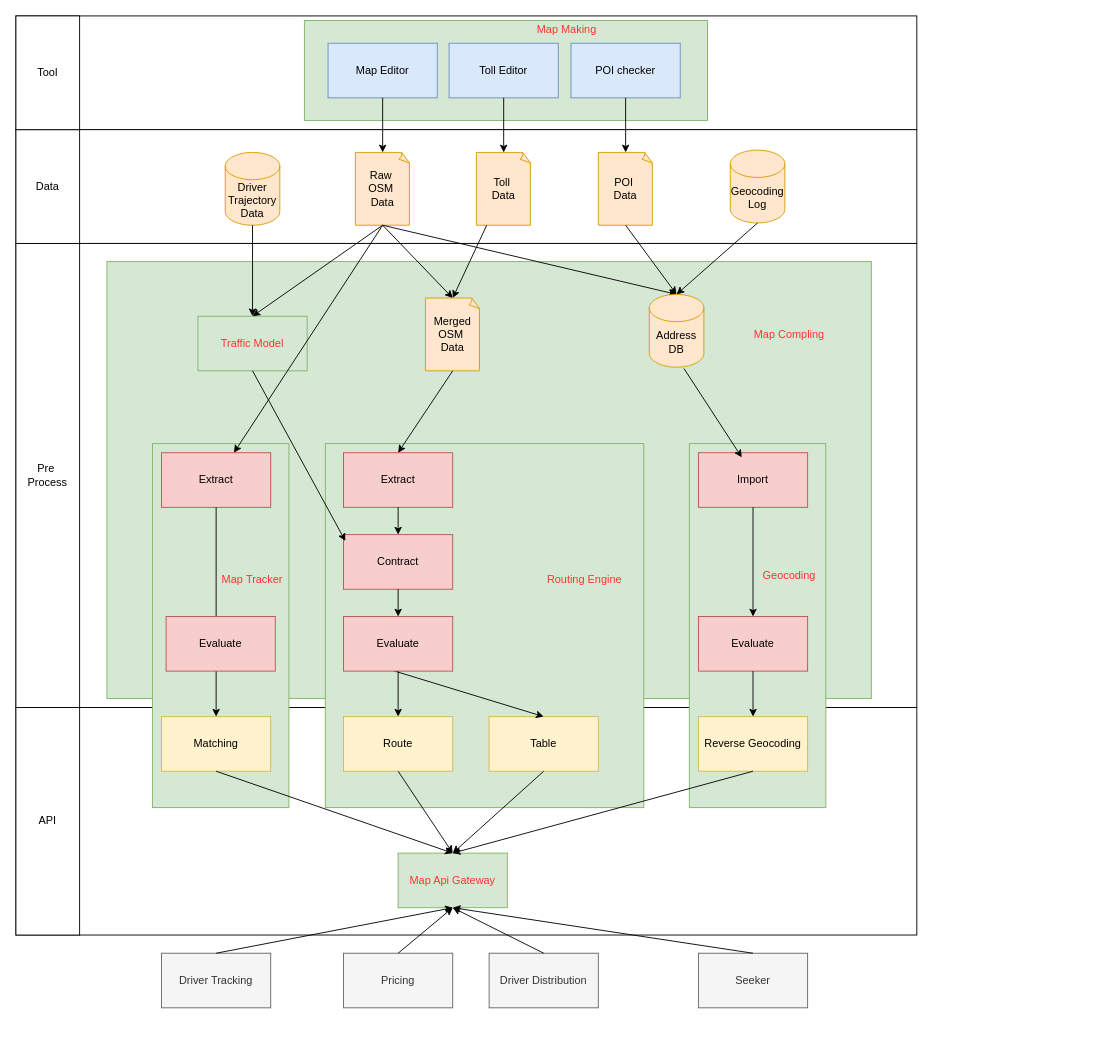
Above: page "map" (6 of 6) of sim-art.drawio in tallongsun/drawio (draw.io), before the change. Source tidied: cells renumbered, new cells numbered last; positions are measured from the earlier drawing's top-left corner, leaving out a move shared by most shapes. Both pictures are drawn from the tidied source at 91%, with x=0, y=0 at pixel (15, 15).
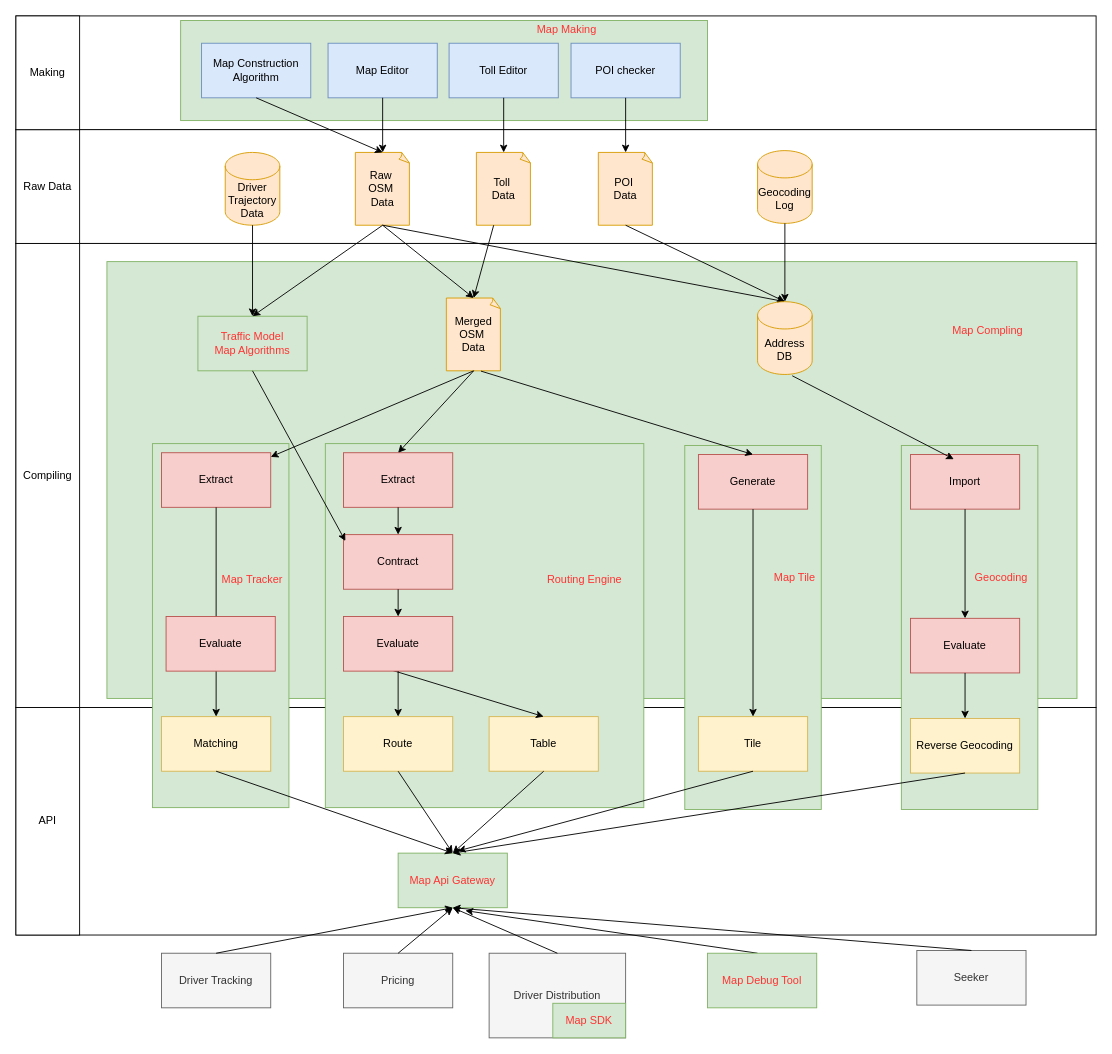
After the change.

Unchanged cells that the change refers to:
```xml
<mxCell id="13" value="Raw&amp;nbsp;&lt;div&gt;OSM&amp;nbsp;&lt;/div&gt;&lt;div&gt;Data&lt;/div&gt;" style="whiteSpace=wrap;html=1;shape=mxgraph.basic.document;fillColor=#ffe6cc;strokeColor=#d79b00;" parent="1" vertex="1">
  <mxGeometry x="373" y="150" width="60" height="80" as="geometry" />
</mxCell>
<mxCell id="25" value="Map Api Gateway" style="rounded=0;whiteSpace=wrap;html=1;fillColor=#d5e8d4;strokeColor=#82b366;fontColor=#FF3333;" parent="1" vertex="1">
  <mxGeometry x="420" y="920" width="120" height="60" as="geometry" />
</mxCell>
<mxCell id="27" value="Extract" style="rounded=0;whiteSpace=wrap;html=1;fillColor=#f8cecc;strokeColor=#b85450;" parent="1" vertex="1">
  <mxGeometry x="160" y="480" width="120" height="60" as="geometry" />
</mxCell>
```

Change to the diagram source:
```diff
@@
     <mxCell id="2" style="rounded=0;whiteSpace=wrap;html=1;" parent="1" vertex="1">
-      <mxGeometry width="990" height="125" as="geometry" />
+      <mxGeometry width="1187" height="125" as="geometry" />
     </mxCell>
     <mxCell id="3" style="rounded=0;whiteSpace=wrap;html=1;" parent="1" vertex="1">
-      <mxGeometry y="125" width="990" height="125" as="geometry" />
+      <mxGeometry y="125" width="1187" height="125" as="geometry" />
     </mxCell>
     <mxCell id="4" style="rounded=0;whiteSpace=wrap;html=1;" parent="1" vertex="1">
-      <mxGeometry y="250" width="990" height="510" as="geometry" />
+      <mxGeometry y="250" width="1187" height="510" as="geometry" />
     </mxCell>
     <mxCell id="5" style="rounded=0;whiteSpace=wrap;html=1;" parent="1" vertex="1">
-      <mxGeometry y="760" width="990" height="250" as="geometry" />
+      <mxGeometry y="760" width="1187" height="250" as="geometry" />
     </mxCell>
     <mxCell id="6" style="rounded=0;whiteSpace=wrap;html=1;fillColor=#d5e8d4;strokeColor=#82b366;" parent="1" vertex="1">
-      <mxGeometry x="317" y="5" width="443" height="110" as="geometry" />
+      <mxGeometry x="181" y="5" width="579" height="110" as="geometry" />
     </mxCell>
     <mxCell id="7" style="rounded=0;whiteSpace=wrap;html=1;fillColor=#d5e8d4;strokeColor=#82b366;" parent="1" vertex="1">
-      <mxGeometry x="100" y="270" width="840" height="480" as="geometry" />
+      <mxGeometry x="100" y="270" width="1066" height="480" as="geometry" />
     </mxCell>
     <mxCell id="8" style="rounded=0;whiteSpace=wrap;html=1;fillColor=#d5e8d4;strokeColor=#82b366;" parent="1" vertex="1">
-      <mxGeometry x="740" y="470" width="150" height="400" as="geometry" />
+      <mxGeometry x="973" y="472" width="150" height="400" as="geometry" />
     </mxCell>
@@
-    <mxCell id="10" value="Traffic Model" style="rounded=0;whiteSpace=wrap;html=1;fillColor=#d5e8d4;strokeColor=#82b366;fontColor=#FF3333;" parent="1" vertex="1">
+    <mxCell id="10" value="Traffic Model&lt;br&gt;Map Algorithms" style="rounded=0;whiteSpace=wrap;html=1;fillColor=#d5e8d4;strokeColor=#82b366;fontColor=#FF3333;" parent="1" vertex="1">
       <mxGeometry x="200" y="330" width="120" height="60" as="geometry" />
     </mxCell>
@@
     <mxCell id="15" value="Merged OSM&amp;nbsp;&lt;div&gt;Data&lt;/div&gt;" style="whiteSpace=wrap;html=1;shape=mxgraph.basic.document;fillColor=#ffe6cc;strokeColor=#d79b00;" parent="1" vertex="1">
-      <mxGeometry x="450" y="310" width="60" height="80" as="geometry" />
+      <mxGeometry x="473" y="310" width="60" height="80" as="geometry" />
     </mxCell>
@@
     <mxCell id="24" value="Evaluate" style="rounded=0;whiteSpace=wrap;html=1;fillColor=#f8cecc;strokeColor=#b85450;" parent="1" vertex="1">
-      <mxGeometry x="750" y="660" width="120" height="60" as="geometry" />
+      <mxGeometry x="983" y="662" width="120" height="60" as="geometry" />
     </mxCell>
@@
     <mxCell id="28" value="Import" style="rounded=0;whiteSpace=wrap;html=1;fillColor=#f8cecc;strokeColor=#b85450;" parent="1" vertex="1">
-      <mxGeometry x="750" y="480" width="120" height="60" as="geometry" />
+      <mxGeometry x="983" y="482" width="120" height="60" as="geometry" />
     </mxCell>
@@
     <mxCell id="32" value="Reverse Geocoding" style="rounded=0;whiteSpace=wrap;html=1;fillColor=#fff2cc;strokeColor=#d6b656;" parent="1" vertex="1">
-      <mxGeometry x="750" y="770" width="120" height="60" as="geometry" />
+      <mxGeometry x="983" y="772" width="120" height="60" as="geometry" />
     </mxCell>
-    <mxCell id="33" style="endArrow=classic;html=1;rounded=0;exitX=0.5;exitY=1;exitDx=0;exitDy=0;exitPerimeter=0;" parent="1" edge="1" source="13" target="27">
+    <mxCell id="33" style="endArrow=classic;html=1;rounded=0;exitX=0.5;exitY=1;exitDx=0;exitDy=0;exitPerimeter=0;" parent="1" edge="1" source="15" target="27">
       <mxGeometry relative="1" as="geometry" />
     </mxCell>
@@
-    <mxCell id="40" style="endArrow=classic;html=1;rounded=0;exitX=0.5;exitY=1;exitDx=0;exitDy=0;entryX=0.5;entryY=0;entryDx=0;entryDy=0;" parent="1" edge="1" source="32" target="25">
-      <mxGeometry relative="1" as="geometry" />
-    </mxCell>
@@
     <mxCell id="46" value="Driver Distribution" style="rounded=0;whiteSpace=wrap;html=1;fillColor=#f5f5f5;fontColor=#333333;strokeColor=#666666;" parent="1" vertex="1">
-      <mxGeometry x="520" y="1030" width="120" height="60" as="geometry" />
+      <mxGeometry x="520" y="1030" width="150" height="93" as="geometry" />
     </mxCell>
     <mxCell id="47" value="Seeker" style="rounded=0;whiteSpace=wrap;html=1;fillColor=#f5f5f5;fontColor=#333333;strokeColor=#666666;" parent="1" vertex="1">
-      <mxGeometry x="750" y="1030" width="120" height="60" as="geometry" />
+      <mxGeometry x="990" y="1027" width="120" height="60" as="geometry" />
     </mxCell>
@@
     <mxCell id="49" value="Geocoding" style="text;html=1;align=center;verticalAlign=middle;whiteSpace=wrap;rounded=0;fontColor=#FF3333;" parent="1" vertex="1">
-      <mxGeometry x="820" y="600" width="60" height="30" as="geometry" />
+      <mxGeometry x="1053" y="602" width="60" height="30" as="geometry" />
     </mxCell>
@@
     <mxCell id="54" value="Map Compling" style="text;html=1;align=center;verticalAlign=middle;whiteSpace=wrap;rounded=0;fontColor=#FF3333;" parent="1" vertex="1">
-      <mxGeometry x="795" y="335" width="110" height="30" as="geometry" />
+      <mxGeometry x="1013" y="331" width="110" height="30" as="geometry" />
     </mxCell>
@@
-    <mxCell id="66" value="Pre&amp;nbsp;&lt;div&gt;Process&lt;/div&gt;" style="rounded=0;whiteSpace=wrap;html=1;" parent="1" vertex="1">
+    <mxCell id="66" value="Compiling" style="rounded=0;whiteSpace=wrap;html=1;" parent="1" vertex="1">
       <mxGeometry y="250" width="70" height="510" as="geometry" />
     </mxCell>
-    <mxCell id="67" value="Data" style="rounded=0;whiteSpace=wrap;html=1;" parent="1" vertex="1">
+    <mxCell id="67" value="Raw Data" style="rounded=0;whiteSpace=wrap;html=1;" parent="1" vertex="1">
       <mxGeometry y="125" width="70" height="125" as="geometry" />
     </mxCell>
-    <mxCell id="68" value="Tool" style="rounded=0;whiteSpace=wrap;html=1;" parent="1" vertex="1">
+    <mxCell id="68" value="Making" style="rounded=0;whiteSpace=wrap;html=1;" parent="1" vertex="1">
       <mxGeometry width="70" height="125" as="geometry" />
     </mxCell>
@@
     <mxCell id="72" value="Geocoding&lt;div&gt;Log&lt;/div&gt;" style="shape=cylinder3;whiteSpace=wrap;html=1;boundedLbl=1;backgroundOutline=1;size=15;fillColor=#ffe6cc;strokeColor=#d79b00;" parent="1" vertex="1">
-      <mxGeometry x="785" y="147.5" width="60" height="80" as="geometry" />
+      <mxGeometry x="815" y="148" width="60" height="80" as="geometry" />
     </mxCell>
     <mxCell id="73" value="Address&lt;div&gt;DB&lt;/div&gt;" style="shape=cylinder3;whiteSpace=wrap;html=1;boundedLbl=1;backgroundOutline=1;size=15;fillColor=#ffe6cc;strokeColor=#d79b00;" parent="1" vertex="1">
-      <mxGeometry x="696" y="306" width="60" height="80" as="geometry" />
+      <mxGeometry x="815" y="314" width="60" height="80" as="geometry" />
     </mxCell>
@@
+    <mxCell id="76" style="rounded=0;whiteSpace=wrap;html=1;fillColor=#d5e8d4;strokeColor=#82b366;" parent="1" vertex="1">
+      <mxGeometry x="735" y="472" width="150" height="400" as="geometry" />
+    </mxCell>
@@
+    <mxCell id="77" value="Generate" style="rounded=0;whiteSpace=wrap;html=1;fillColor=#f8cecc;strokeColor=#b85450;" parent="1" vertex="1">
+      <mxGeometry x="750" y="482" width="120" height="60" as="geometry" />
+    </mxCell>
+    <mxCell id="78" style="endArrow=classic;html=1;rounded=0;exitX=0.634;exitY=1.004;exitDx=0;exitDy=0;exitPerimeter=0;entryX=0.5;entryY=0;entryDx=0;entryDy=0;" parent="1" edge="1" source="15" target="77">
+      <mxGeometry relative="1" as="geometry" />
+    </mxCell>
+    <mxCell id="79" value="Tile" style="rounded=0;whiteSpace=wrap;html=1;fillColor=#fff2cc;strokeColor=#d6b656;" parent="1" vertex="1">
+      <mxGeometry x="750" y="770" width="120" height="60" as="geometry" />
+    </mxCell>
+    <mxCell id="80" style="endArrow=classic;html=1;rounded=0;entryX=0.5;entryY=0;entryDx=0;entryDy=0;exitX=0.5;exitY=1;exitDx=0;exitDy=0;" parent="1" edge="1" source="77" target="79">
+      <mxGeometry relative="1" as="geometry" />
+    </mxCell>
+    <mxCell id="81" value="Map Construction Algorithm" style="rounded=0;whiteSpace=wrap;html=1;fillColor=#dae8fc;strokeColor=#6c8ebf;" parent="1" vertex="1">
+      <mxGeometry x="204" y="30" width="120" height="60" as="geometry" />
+    </mxCell>
+    <mxCell id="82" style="endArrow=classic;html=1;rounded=0;entryX=0.5;entryY=0;entryDx=0;entryDy=0;exitX=0.5;exitY=1;exitDx=0;exitDy=0;entryPerimeter=0;" parent="1" edge="1" source="81" target="13">
+      <mxGeometry relative="1" as="geometry" />
+    </mxCell>
+    <mxCell id="83" style="endArrow=classic;html=1;rounded=0;exitX=0.5;exitY=1;exitDx=0;exitDy=0;" parent="1" edge="1" source="79">
+      <mxGeometry relative="1" as="geometry">
+        <mxPoint x="485.8" y="917.6" as="targetPoint" />
+      </mxGeometry>
+    </mxCell>
+    <mxCell id="40" style="endArrow=classic;html=1;rounded=0;exitX=0.5;exitY=1;exitDx=0;exitDy=0;entryX=0.5;entryY=0;entryDx=0;entryDy=0;" parent="1" edge="1" source="32" target="25">
+      <mxGeometry relative="1" as="geometry" />
+    </mxCell>
+    <mxCell id="84" value="Map Tile" style="text;html=1;align=center;verticalAlign=middle;whiteSpace=wrap;rounded=0;fontColor=#FF3333;" parent="1" vertex="1">
+      <mxGeometry x="811" y="602" width="90" height="30" as="geometry" />
+    </mxCell>
+    <mxCell id="85" style="endArrow=classic;html=1;rounded=0;exitX=0.5;exitY=0;exitDx=0;exitDy=0;" parent="1" edge="1">
+      <mxGeometry relative="1" as="geometry">
+        <mxPoint x="815" y="1030" as="sourcePoint" />
+        <mxPoint x="493.9" y="983.2" as="targetPoint" />
+      </mxGeometry>
+    </mxCell>
+    <mxCell id="86" value="Map SDK" style="rounded=0;whiteSpace=wrap;html=1;fillColor=#d5e8d4;strokeColor=#82b366;fontColor=#FF3333;" parent="1" vertex="1">
+      <mxGeometry x="590" y="1085" width="80" height="38" as="geometry" />
+    </mxCell>
+    <mxCell id="87" value="Map Debug Tool" style="rounded=0;whiteSpace=wrap;html=1;fillColor=#d5e8d4;strokeColor=#82b366;fontColor=#FF3333;" parent="1" vertex="1">
+      <mxGeometry x="760" y="1030" width="120" height="60" as="geometry" />
+    </mxCell>
```
